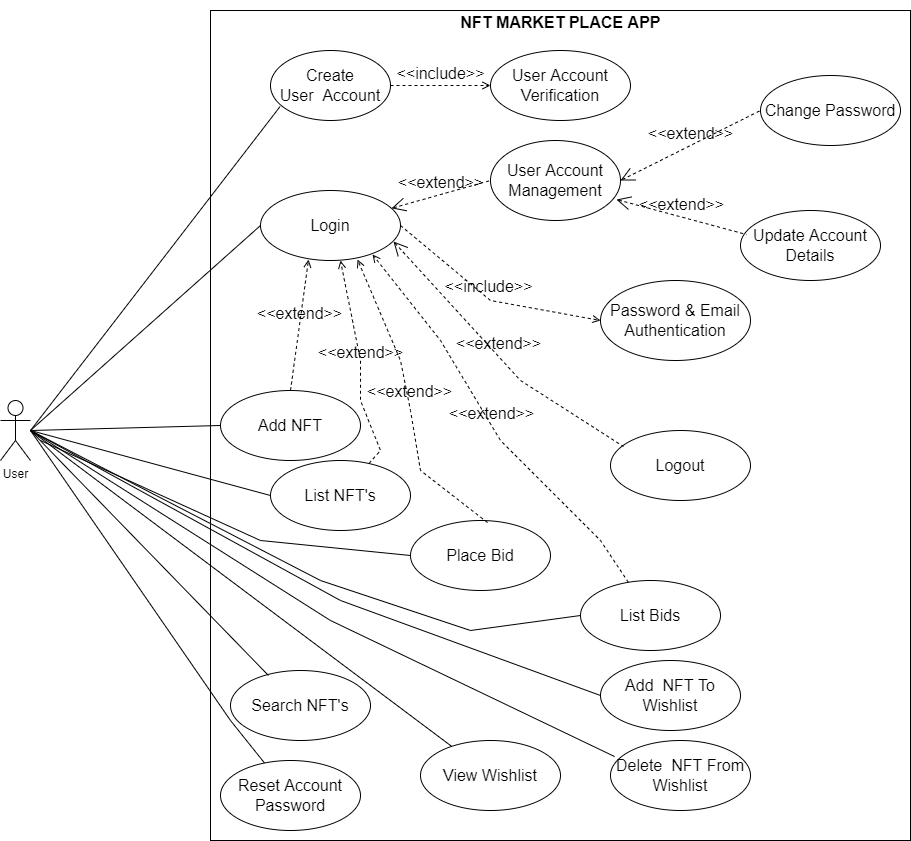
The draw.io diagram diagrams/use-case-diagram.png in kevy0915/NFT_MarketPlace, before a commit. Source tidied: cells renumbered, new cells last; positions are measured from the earlier drawing's top-left corner, leaving out a move shared by most shapes.
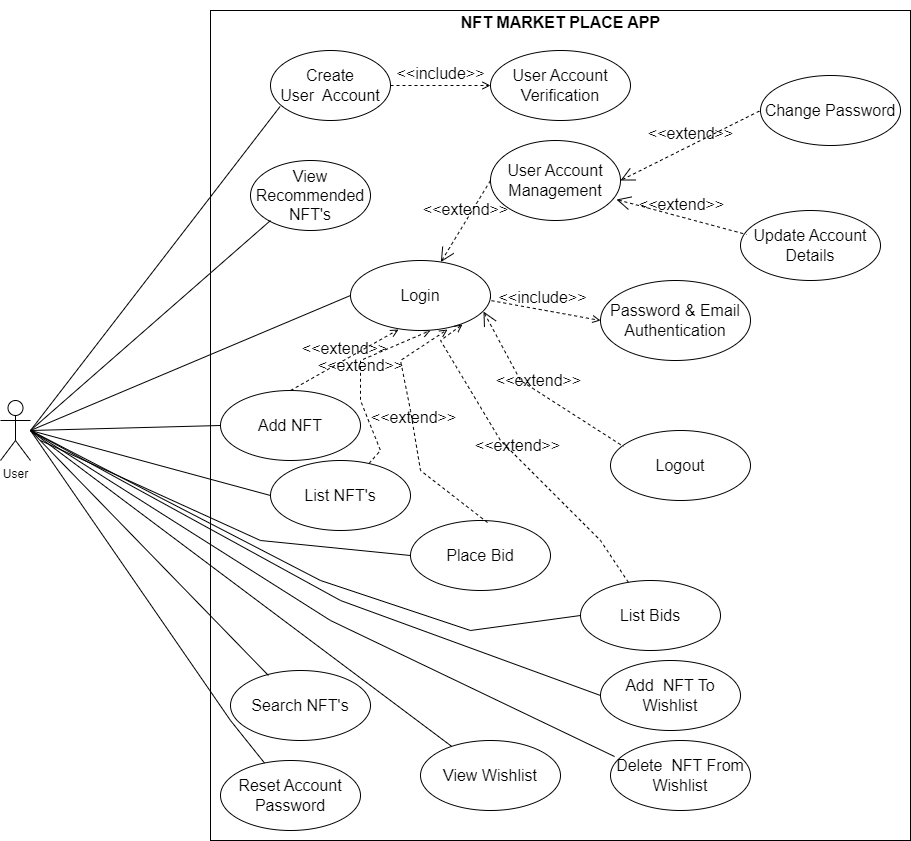
The same file after the commit.

Commit message:
added the recommender engine use case to the diagrams. also fixed a sentence error in the wishlist screen

The edit, as a diff of the source:
```diff
@@ -27,7 +27,7 @@
       <mxGeometry relative="1" as="geometry" />
     </mxCell>
     <mxCell id="10" value="Login" style="ellipse;whiteSpace=wrap;html=1;fontSize=16;" parent="1" vertex="1">
-      <mxGeometry x="260" y="190" width="140" height="70" as="geometry" />
+      <mxGeometry x="350" y="260" width="140" height="70" as="geometry" />
     </mxCell>
     <mxCell id="11" value="Add NFT" style="ellipse;whiteSpace=wrap;html=1;fontSize=16;" parent="1" vertex="1">
       <mxGeometry x="220" y="390" width="140" height="70" as="geometry" />
@@ -188,5 +188,14 @@
         </Array>
       </mxGeometry>
     </mxCell>
+    <mxCell id="42" value="View Recommended NFT's" style="ellipse;whiteSpace=wrap;html=1;fontSize=16;" parent="1" vertex="1">
+      <mxGeometry x="250" y="160" width="120" height="70" as="geometry" />
+    </mxCell>
+    <mxCell id="43" style="endArrow=none;html=1;rounded=0;fontSize=16;entryX=0;entryY=0.5;entryDx=0;entryDy=0;" parent="1" edge="1">
+      <mxGeometry relative="1" as="geometry">
+        <mxPoint x="30" y="430" as="sourcePoint" />
+        <mxPoint x="270" y="220" as="targetPoint" />
+      </mxGeometry>
+    </mxCell>
   </root>
 </mxGraphModel>
```
